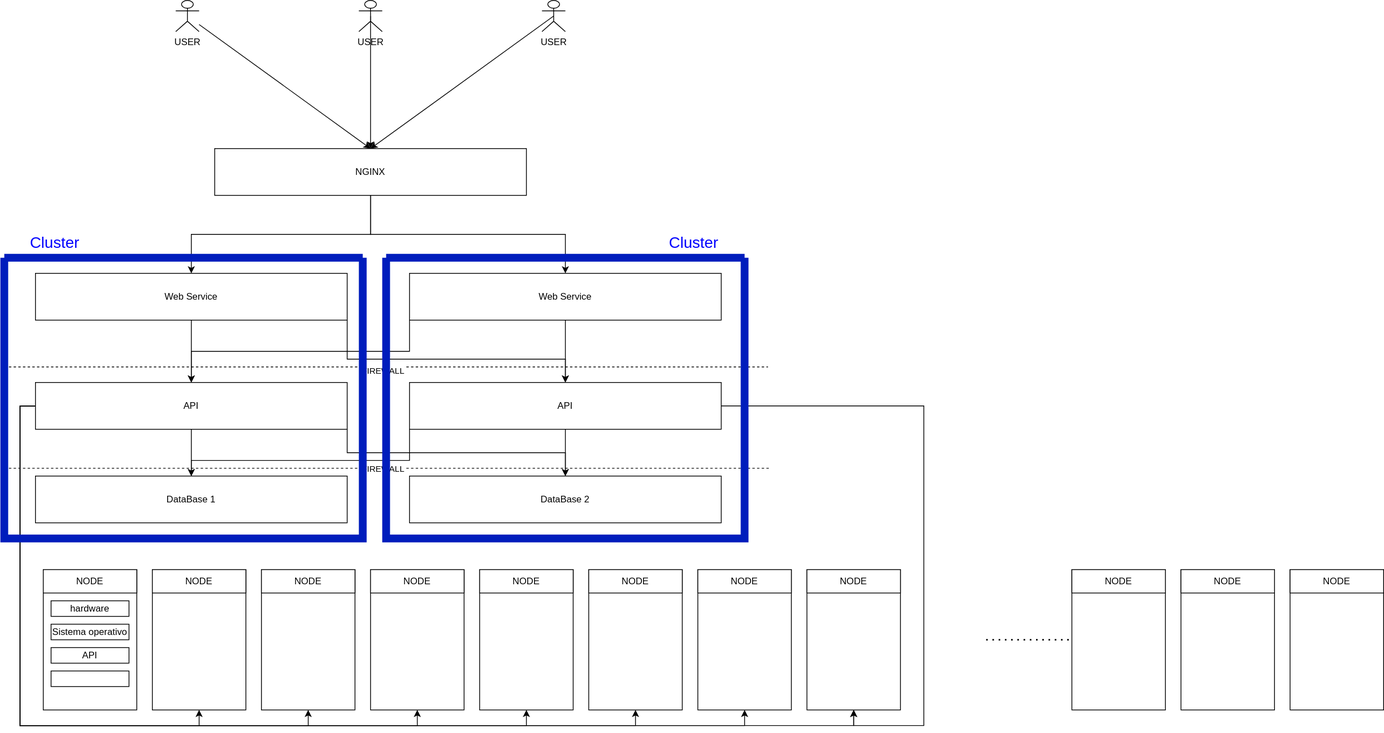
Above: docs/PiCloud.drawio.svg in Filipe3Paisana/PiCloud (draw.io), before the change. Source tidied: cells renumbered, new cells last; positions are measured from the earlier drawing's top-left corner, leaving out a move shared by most shapes.
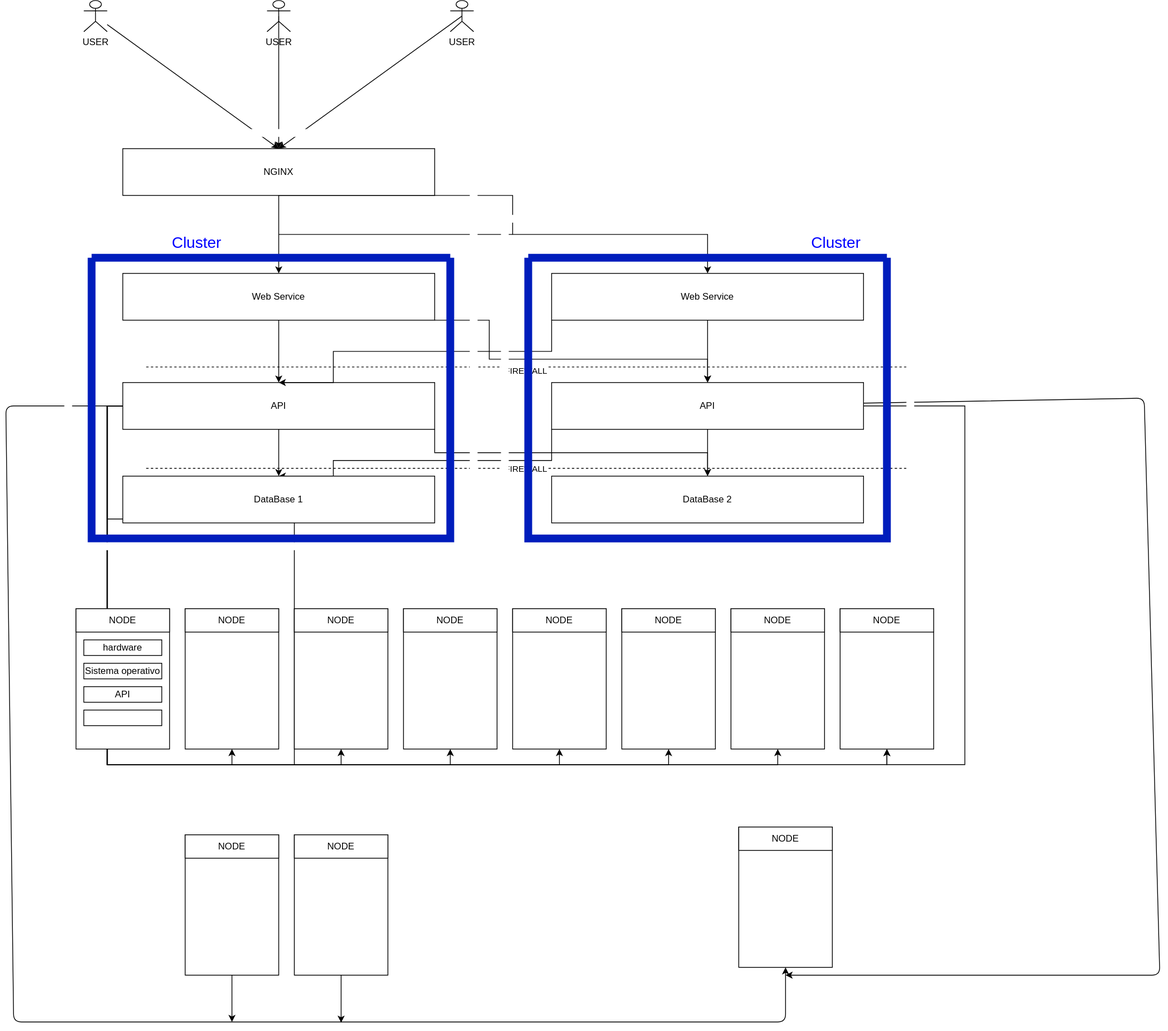
The same diagram one commit later.

Diff of the diagram source:
```diff
@@ -19,13 +19,13 @@
       </mxGeometry>
     </mxCell>
     <mxCell id="4" value="NGINX" style="rounded=0;whiteSpace=wrap;html=1;" parent="1" vertex="1">
-      <mxGeometry x="270" y="190" width="400" height="60" as="geometry" />
+      <mxGeometry x="-30" y="190" width="400" height="60" as="geometry" />
     </mxCell>
     <mxCell id="5" style="edgeStyle=none;html=1;exitX=0.5;exitY=0.5;exitDx=0;exitDy=0;exitPerimeter=0;entryX=0.5;entryY=0;entryDx=0;entryDy=0;" parent="1" edge="1" source="6" target="4">
       <mxGeometry relative="1" as="geometry" />
     </mxCell>
     <mxCell id="6" value="USER" style="shape=umlActor;verticalLabelPosition=bottom;verticalAlign=top;html=1;outlineConnect=0;" parent="1" vertex="1">
-      <mxGeometry x="455" width="30" height="40" as="geometry" />
+      <mxGeometry x="155" width="30" height="40" as="geometry" />
     </mxCell>
     <mxCell id="7" style="edgeStyle=orthogonalEdgeStyle;rounded=0;jettySize=auto;html=1;exitX=1;exitY=1;exitDx=0;exitDy=0;entryX=0.5;entryY=0;entryDx=0;entryDy=0;" parent="1" edge="1" source="16" target="28">
       <mxGeometry relative="1" as="geometry" />
@@ -54,8 +54,18 @@
     <mxCell id="15" style="edgeStyle=orthogonalEdgeStyle;rounded=0;jettySize=auto;html=1;exitX=0;exitY=0.5;exitDx=0;exitDy=0;entryX=0.5;entryY=1;entryDx=0;entryDy=0;" parent="1" edge="1" source="16" target="45">
       <mxGeometry relative="1" as="geometry" />
     </mxCell>
+    <mxCell id="68" style="edgeStyle=none;html=1;fontSize=20;fontColor=#FFFFFF;entryX=0.5;entryY=1;entryDx=0;entryDy=0;" parent="1" edge="1" source="16" target="55">
+      <mxGeometry relative="1" as="geometry">
+        <Array as="points">
+          <mxPoint x="-180" y="520" />
+          <mxPoint x="-170" y="1310" />
+          <mxPoint x="390" y="1310" />
+          <mxPoint x="820" y="1310" />
+        </Array>
+      </mxGeometry>
+    </mxCell>
     <mxCell id="16" value="API" style="rounded=0;whiteSpace=wrap;html=1;" parent="1" vertex="1">
-      <mxGeometry x="40" y="490" width="400" height="60" as="geometry" />
+      <mxGeometry x="-30" y="490" width="400" height="60" as="geometry" />
     </mxCell>
     <mxCell id="17" style="edgeStyle=orthogonalEdgeStyle;rounded=0;jettySize=auto;html=1;exitX=0;exitY=1;exitDx=0;exitDy=0;entryX=0.5;entryY=0;entryDx=0;entryDy=0;" parent="1" edge="1" source="20" target="27">
       <mxGeometry relative="1" as="geometry">
@@ -71,12 +81,21 @@
     <mxCell id="19" style="edgeStyle=orthogonalEdgeStyle;rounded=0;jettySize=auto;html=1;exitX=1;exitY=0.5;exitDx=0;exitDy=0;entryX=0.5;entryY=1;entryDx=0;entryDy=0;" parent="1" edge="1" source="20" target="45">
       <mxGeometry relative="1" as="geometry">
         <Array as="points">
-          <mxPoint x="1180" y="520" />
-          <mxPoint x="1180" y="930" />
-          <mxPoint x="1090" y="930" />
+          <mxPoint x="1050" y="520" />
+          <mxPoint x="1050" y="980" />
+          <mxPoint x="950" y="980" />
         </Array>
       </mxGeometry>
     </mxCell>
+    <mxCell id="69" style="edgeStyle=none;html=1;fontSize=20;fontColor=#FFFFFF;" parent="1" edge="1" source="20">
+      <mxGeometry relative="1" as="geometry">
+        <mxPoint x="820" y="1250" as="targetPoint" />
+        <Array as="points">
+          <mxPoint x="1280" y="510" />
+          <mxPoint x="1300" y="1250" />
+        </Array>
+      </mxGeometry>
+    </mxCell>
     <mxCell id="20" value="API" style="rounded=0;whiteSpace=wrap;html=1;" parent="1" vertex="1">
       <mxGeometry x="520" y="490" width="400" height="60" as="geometry" />
     </mxCell>
@@ -106,31 +125,31 @@
       <mxGeometry relative="1" as="geometry" />
     </mxCell>
     <mxCell id="26" value="Web Service" style="rounded=0;whiteSpace=wrap;html=1;" parent="1" vertex="1">
-      <mxGeometry x="40" y="350" width="400" height="60" as="geometry" />
+      <mxGeometry x="-30" y="350" width="400" height="60" as="geometry" />
     </mxCell>
     <mxCell id="27" value="DataBase 1" style="rounded=0;whiteSpace=wrap;html=1;" parent="1" vertex="1">
-      <mxGeometry x="40" y="610" width="400" height="60" as="geometry" />
+      <mxGeometry x="-30" y="610" width="400" height="60" as="geometry" />
     </mxCell>
     <mxCell id="28" value="DataBase 2" style="rounded=0;whiteSpace=wrap;html=1;" parent="1" vertex="1">
       <mxGeometry x="520" y="610" width="400" height="60" as="geometry" />
     </mxCell>
     <mxCell id="29" style="rounded=0;whiteSpace=wrap;html=1;" parent="1" vertex="1">
-      <mxGeometry x="50" y="730" width="120" height="180" as="geometry" />
+      <mxGeometry x="-90" y="780" width="120" height="180" as="geometry" />
     </mxCell>
     <mxCell id="30" style="rounded=0;whiteSpace=wrap;html=1;" parent="1" vertex="1">
-      <mxGeometry x="190" y="730" width="120" height="180" as="geometry" />
+      <mxGeometry x="50" y="780" width="120" height="180" as="geometry" />
     </mxCell>
     <mxCell id="31" style="rounded=0;whiteSpace=wrap;html=1;" parent="1" vertex="1">
-      <mxGeometry x="330" y="730" width="120" height="180" as="geometry" />
+      <mxGeometry x="190" y="780" width="120" height="180" as="geometry" />
     </mxCell>
     <mxCell id="32" style="rounded=0;whiteSpace=wrap;html=1;" parent="1" vertex="1">
-      <mxGeometry x="470" y="730" width="120" height="180" as="geometry" />
+      <mxGeometry x="330" y="780" width="120" height="180" as="geometry" />
     </mxCell>
     <mxCell id="33" style="rounded=0;whiteSpace=wrap;html=1;" parent="1" vertex="1">
-      <mxGeometry x="610" y="730" width="120" height="180" as="geometry" />
+      <mxGeometry x="470" y="780" width="120" height="180" as="geometry" />
     </mxCell>
     <mxCell id="34" style="rounded=0;whiteSpace=wrap;html=1;" parent="1" vertex="1">
-      <mxGeometry x="750" y="730" width="120" height="180" as="geometry" />
+      <mxGeometry x="610" y="780" width="120" height="180" as="geometry" />
     </mxCell>
     <mxCell id="35" style="endArrow=none;dashed=1;html=1;rounded=0;" parent="1" edge="1">
       <mxGeometry relative="1" as="geometry">
@@ -147,31 +166,31 @@
       </mxGeometry>
     </mxCell>
     <mxCell id="37" value="NODE&amp;nbsp;" style="rounded=0;whiteSpace=wrap;html=1;" parent="1" vertex="1">
-      <mxGeometry x="50" y="730" width="120" height="30" as="geometry" />
+      <mxGeometry x="-90" y="780" width="120" height="30" as="geometry" />
     </mxCell>
     <mxCell id="38" value="NODE&amp;nbsp;" style="rounded=0;whiteSpace=wrap;html=1;" parent="1" vertex="1">
-      <mxGeometry x="190" y="730" width="120" height="30" as="geometry" />
+      <mxGeometry x="50" y="780" width="120" height="30" as="geometry" />
     </mxCell>
     <mxCell id="39" value="NODE&amp;nbsp;" style="rounded=0;whiteSpace=wrap;html=1;" parent="1" vertex="1">
-      <mxGeometry x="330" y="730" width="120" height="30" as="geometry" />
+      <mxGeometry x="190" y="780" width="120" height="30" as="geometry" />
     </mxCell>
     <mxCell id="40" value="hardware" style="rounded=0;whiteSpace=wrap;html=1;" parent="1" vertex="1">
-      <mxGeometry x="60" y="770" width="100" height="20" as="geometry" />
+      <mxGeometry x="-80" y="820" width="100" height="20" as="geometry" />
     </mxCell>
     <mxCell id="41" value="Sistema operativo" style="rounded=0;whiteSpace=wrap;html=1;" parent="1" vertex="1">
-      <mxGeometry x="60" y="800" width="100" height="20" as="geometry" />
+      <mxGeometry x="-80" y="850" width="100" height="20" as="geometry" />
     </mxCell>
     <mxCell id="42" value="API" style="rounded=0;whiteSpace=wrap;html=1;" parent="1" vertex="1">
-      <mxGeometry x="60" y="830" width="100" height="20" as="geometry" />
+      <mxGeometry x="-80" y="880" width="100" height="20" as="geometry" />
     </mxCell>
     <mxCell id="43" style="rounded=0;whiteSpace=wrap;html=1;" parent="1" vertex="1">
-      <mxGeometry x="60" y="860" width="100" height="20" as="geometry" />
+      <mxGeometry x="-80" y="910" width="100" height="20" as="geometry" />
     </mxCell>
     <mxCell id="44" style="rounded=0;whiteSpace=wrap;html=1;" parent="1" vertex="1">
-      <mxGeometry x="890" y="730" width="120" height="180" as="geometry" />
+      <mxGeometry x="750" y="780" width="120" height="180" as="geometry" />
     </mxCell>
     <mxCell id="45" style="rounded=0;whiteSpace=wrap;html=1;" parent="1" vertex="1">
-      <mxGeometry x="1030" y="730" width="120" height="180" as="geometry" />
+      <mxGeometry x="890" y="780" width="120" height="180" as="geometry" />
     </mxCell>
     <mxCell id="46" style="endArrow=none;dashed=1;html=1;rounded=0;" parent="1" edge="1">
       <mxGeometry relative="1" as="geometry">
@@ -185,48 +204,50 @@
       </mxGeometry>
     </mxCell>
     <mxCell id="48" value="NODE&amp;nbsp;" style="rounded=0;whiteSpace=wrap;html=1;" parent="1" vertex="1">
-      <mxGeometry x="470" y="730" width="120" height="30" as="geometry" />
+      <mxGeometry x="330" y="780" width="120" height="30" as="geometry" />
     </mxCell>
     <mxCell id="49" value="NODE" style="rounded=0;whiteSpace=wrap;html=1;" parent="1" vertex="1">
-      <mxGeometry x="610" y="730" width="120" height="30" as="geometry" />
+      <mxGeometry x="470" y="780" width="120" height="30" as="geometry" />
     </mxCell>
     <mxCell id="50" value="NODE&amp;nbsp;" style="rounded=0;whiteSpace=wrap;html=1;" parent="1" vertex="1">
-      <mxGeometry x="750" y="730" width="120" height="30" as="geometry" />
+      <mxGeometry x="610" y="780" width="120" height="30" as="geometry" />
     </mxCell>
     <mxCell id="51" value="NODE&amp;nbsp;" style="rounded=0;whiteSpace=wrap;html=1;" parent="1" vertex="1">
-      <mxGeometry x="890" y="730" width="120" height="30" as="geometry" />
+      <mxGeometry x="750" y="780" width="120" height="30" as="geometry" />
     </mxCell>
     <mxCell id="52" value="NODE&amp;nbsp;" style="rounded=0;whiteSpace=wrap;html=1;" parent="1" vertex="1">
-      <mxGeometry x="1030" y="730" width="120" height="30" as="geometry" />
+      <mxGeometry x="890" y="780" width="120" height="30" as="geometry" />
     </mxCell>
+    <mxCell id="70" style="edgeStyle=none;html=1;fontSize=20;fontColor=#FFFFFF;" parent="1" edge="1" source="53">
+      <mxGeometry relative="1" as="geometry">
+        <mxPoint x="110" y="1310" as="targetPoint" />
+      </mxGeometry>
+    </mxCell>
     <mxCell id="53" style="rounded=0;whiteSpace=wrap;html=1;" parent="1" vertex="1">
-      <mxGeometry x="1370" y="730" width="120" height="180" as="geometry" />
+      <mxGeometry x="50" y="1070" width="120" height="180" as="geometry" />
     </mxCell>
+    <mxCell id="71" style="edgeStyle=none;html=1;fontSize=20;fontColor=#FFFFFF;" parent="1" edge="1" source="54">
+      <mxGeometry relative="1" as="geometry">
+        <mxPoint x="250" y="1311" as="targetPoint" />
+      </mxGeometry>
+    </mxCell>
     <mxCell id="54" style="rounded=0;whiteSpace=wrap;html=1;" parent="1" vertex="1">
-      <mxGeometry x="1510" y="730" width="120" height="180" as="geometry" />
+      <mxGeometry x="190" y="1070" width="120" height="180" as="geometry" />
     </mxCell>
     <mxCell id="55" style="rounded=0;whiteSpace=wrap;html=1;" parent="1" vertex="1">
-      <mxGeometry x="1650" y="730" width="120" height="180" as="geometry" />
+      <mxGeometry x="760" y="1060" width="120" height="180" as="geometry" />
     </mxCell>
     <mxCell id="56" value="NODE&amp;nbsp;" style="rounded=0;whiteSpace=wrap;html=1;" parent="1" vertex="1">
-      <mxGeometry x="1370" y="730" width="120" height="30" as="geometry" />
+      <mxGeometry x="50" y="1070" width="120" height="30" as="geometry" />
     </mxCell>
     <mxCell id="57" value="NODE&amp;nbsp;" style="rounded=0;whiteSpace=wrap;html=1;" parent="1" vertex="1">
-      <mxGeometry x="1510" y="730" width="120" height="30" as="geometry" />
+      <mxGeometry x="190" y="1070" width="120" height="30" as="geometry" />
     </mxCell>
     <mxCell id="58" value="NODE&amp;nbsp;" style="rounded=0;whiteSpace=wrap;html=1;" parent="1" vertex="1">
-      <mxGeometry x="1650" y="730" width="120" height="30" as="geometry" />
+      <mxGeometry x="760" y="1060" width="120" height="30" as="geometry" />
     </mxCell>
-    <mxCell id="59" style="endArrow=none;dashed=1;html=1;dashPattern=1 3;strokeWidth=2;rounded=0;" parent="1" edge="1" target="53">
-      <mxGeometry relative="1" as="geometry">
-        <mxPoint x="1260" y="820" as="sourcePoint" />
-        <Array as="points">
-          <mxPoint x="1290" y="820" />
-        </Array>
-      </mxGeometry>
-    </mxCell>
     <mxCell id="60" style="swimlane;startSize=0;fillColor=#0050ef;fontColor=#ffffff;strokeColor=#001DBC;strokeWidth=10;" parent="1" vertex="1">
-      <mxGeometry y="330" width="460" height="360" as="geometry" />
+      <mxGeometry x="-70" y="330" width="460" height="360" as="geometry" />
     </mxCell>
     <mxCell id="61" style="swimlane;startSize=0;fillColor=#0050ef;fontColor=#ffffff;strokeColor=#001DBC;strokeWidth=10;" parent="1" vertex="1">
       <mxGeometry x="490" y="330" width="460" height="360" as="geometry" />
@@ -235,13 +256,13 @@
       <mxGeometry relative="1" as="geometry" />
     </mxCell>
     <mxCell id="63" value="USER" style="shape=umlActor;verticalLabelPosition=bottom;verticalAlign=top;html=1;outlineConnect=0;" parent="1" vertex="1">
-      <mxGeometry x="690" width="30" height="40" as="geometry" />
+      <mxGeometry x="390" width="30" height="40" as="geometry" />
     </mxCell>
     <mxCell id="64" style="edgeStyle=none;html=1;entryX=0.5;entryY=0;entryDx=0;entryDy=0;" parent="1" edge="1" source="65" target="4">
       <mxGeometry relative="1" as="geometry" />
     </mxCell>
     <mxCell id="65" value="USER" style="shape=umlActor;verticalLabelPosition=bottom;verticalAlign=top;html=1;outlineConnect=0;" parent="1" vertex="1">
-      <mxGeometry x="220" width="30" height="40" as="geometry" />
+      <mxGeometry x="-80" width="30" height="40" as="geometry" />
     </mxCell>
     <mxCell id="66" value="Cluster" style="text;html=1;strokeColor=none;fillColor=none;align=center;verticalAlign=middle;whiteSpace=wrap;rounded=0;strokeWidth=10;fontSize=20;fontColor=#0000FF;" parent="1" vertex="1">
       <mxGeometry x="820" y="290" width="130" height="40" as="geometry" />
@@ -249,5 +270,17 @@
     <mxCell id="67" value="Cluster" style="text;html=1;strokeColor=none;fillColor=none;align=center;verticalAlign=middle;whiteSpace=wrap;rounded=0;strokeWidth=10;fontSize=20;fontColor=#0000FF;" parent="1" vertex="1">
       <mxGeometry y="290" width="130" height="40" as="geometry" />
     </mxCell>
+    <mxCell id="72" style="swimlane;startSize=0;strokeColor=#FFFFFF;strokeWidth=10;fontSize=16;fontColor=#0000FF;fillColor=#FFFFFF;" parent="1" vertex="1">
+      <mxGeometry x="-100" y="170" width="520" height="530" as="geometry" />
+    </mxCell>
+    <mxCell id="73" style="swimlane;startSize=0;strokeColor=#FFFFFF;strokeWidth=10;fontSize=16;fontColor=#0000FF;fillColor=#FFFFFF;" parent="1" vertex="1">
+      <mxGeometry x="460" y="280" width="520" height="430" as="geometry" />
+    </mxCell>
+    <mxCell id="74" value="DataCenter" style="text;html=1;strokeColor=none;fillColor=none;align=center;verticalAlign=middle;whiteSpace=wrap;rounded=0;strokeWidth=10;fontSize=20;fontColor=#FFFFFF;" parent="1" vertex="1">
+      <mxGeometry x="-100" y="120" width="100" height="30" as="geometry" />
+    </mxCell>
+    <mxCell id="75" value="DataCenter" style="text;html=1;strokeColor=none;fillColor=none;align=center;verticalAlign=middle;whiteSpace=wrap;rounded=0;strokeWidth=10;fontSize=20;fontColor=#FFFFFF;" parent="1" vertex="1">
+      <mxGeometry x="880" y="230" width="100" height="30" as="geometry" />
+    </mxCell>
   </root>
 </mxGraphModel>
```
